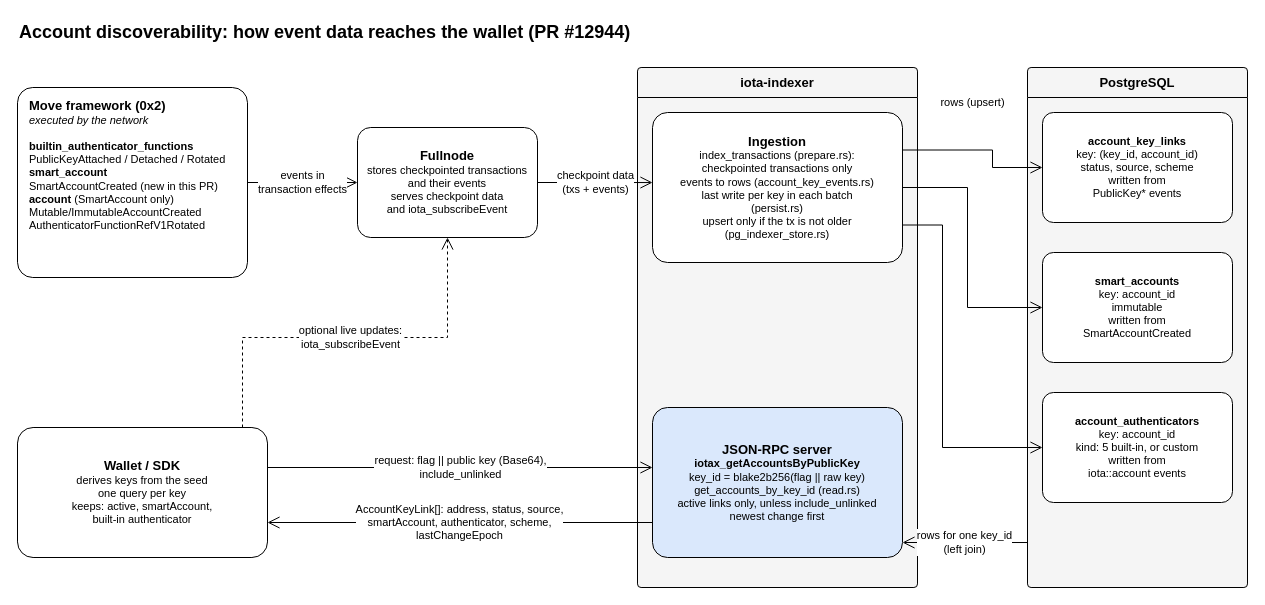
This is account-discoverability-data-flow.drawio from iotaledger/iota, a draw.io file, before an edit. Source tidied: cells renumbered, new cells numbered last; positions are measured from the earlier drawing's top-left corner, leaving out a move shared by most shapes. Both pictures are drawn from the tidied source at 100%, with x=0, y=0 at pixel (17, 17).
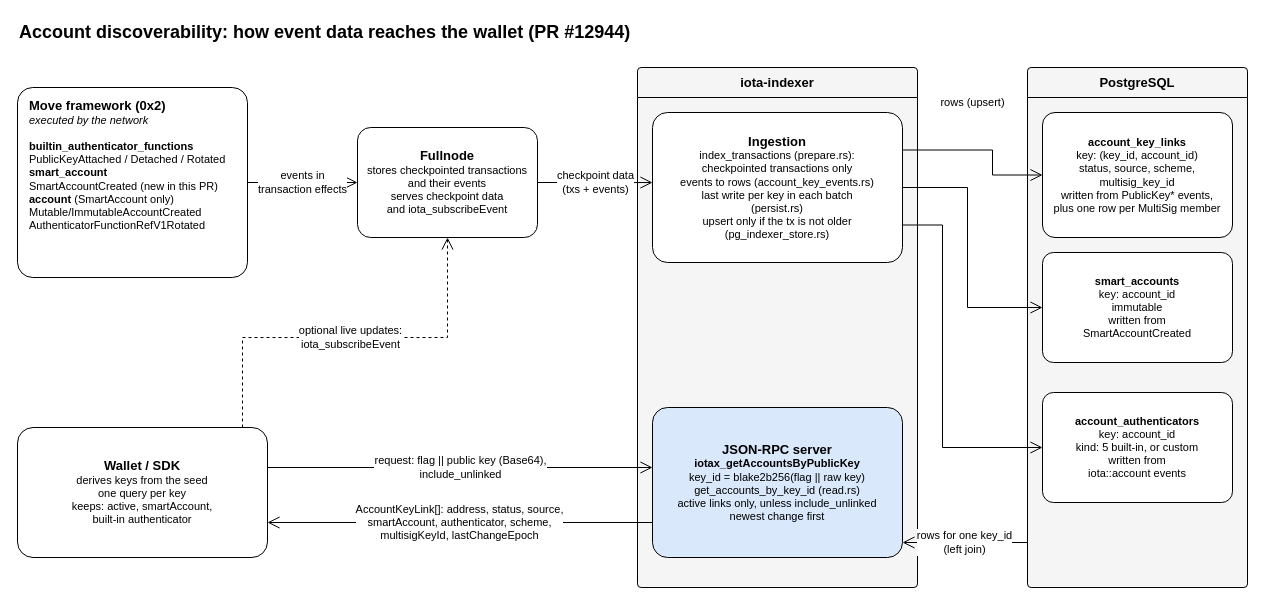
The same diagram, later.

The change refers to these unchanged cells:
```xml
<mxCell id="6" value="&lt;font style=&quot;font-size:13px&quot;&gt;&lt;b&gt;Ingestion&lt;/b&gt;&lt;/font&gt;&lt;br&gt;index_transactions (prepare.rs):&lt;br&gt;checkpointed transactions only&lt;br&gt;events to rows (account_key_events.rs)&lt;br&gt;last write per key in each batch&lt;br&gt;(persist.rs)&lt;br&gt;upsert only if the tx is not older&lt;br&gt;(pg_indexer_store.rs)" style="rounded=1;whiteSpace=wrap;html=1;fillColor=#FFFFFF;strokeColor=#000000;arcSize=10;fontSize=11;" parent="5" vertex="1">
  <mxGeometry x="15" y="45" width="250" height="150" as="geometry" />
</mxCell>
<mxCell id="7" value="&lt;font style=&quot;font-size:13px&quot;&gt;&lt;b&gt;JSON-RPC server&lt;/b&gt;&lt;/font&gt;&lt;br&gt;&lt;b&gt;iotax_getAccountsByPublicKey&lt;/b&gt;&lt;br&gt;key_id = blake2b256(flag || raw key)&lt;br&gt;get_accounts_by_key_id (read.rs)&lt;br&gt;active links only, unless include_unlinked&lt;br&gt;newest change first" style="rounded=1;whiteSpace=wrap;html=1;fillColor=#DAE8FC;strokeColor=#000000;arcSize=10;fontSize=11;" parent="5" vertex="1">
  <mxGeometry x="15" y="340" width="250" height="150" as="geometry" />
</mxCell>
<mxCell id="8" value="PostgreSQL" style="swimlane;startSize=30;html=1;whiteSpace=wrap;rounded=1;arcSize=4;fillColor=#F5F5F5;swimlaneFillColor=#F5F5F5;strokeColor=#000000;fontStyle=1;fontSize=13;" parent="1" vertex="1">
  <mxGeometry x="1010" y="50" width="220" height="520" as="geometry" />
</mxCell>
<mxCell id="12" value="&lt;font style=&quot;font-size:13px&quot;&gt;&lt;b&gt;Wallet / SDK&lt;/b&gt;&lt;/font&gt;&lt;br&gt;derives keys from the seed&lt;br&gt;one query per key&lt;br&gt;keeps: active, smartAccount,&lt;br&gt;built-in authenticator" style="rounded=1;whiteSpace=wrap;html=1;fillColor=#FFFFFF;strokeColor=#000000;arcSize=12;fontSize=11;" parent="1" vertex="1">
  <mxGeometry y="410" width="250" height="130" as="geometry" />
</mxCell>
```

Diff of the diagram source:
```diff
@@
-    <mxCell id="9" value="&lt;b&gt;account_key_links&lt;/b&gt;&lt;br&gt;key: (key_id, account_id)&lt;br&gt;status, source, scheme&lt;br&gt;written from&lt;br&gt;PublicKey* events" style="rounded=1;whiteSpace=wrap;html=1;fillColor=#FFFFFF;strokeColor=#000000;arcSize=10;fontSize=11;" parent="8" vertex="1">
-      <mxGeometry x="15" y="45" width="190" height="110" as="geometry" />
+    <mxCell id="9" value="&lt;b&gt;account_key_links&lt;/b&gt;&lt;br&gt;key: (key_id, account_id)&lt;br&gt;status, source, scheme,&lt;br&gt;multisig_key_id&lt;br&gt;written from PublicKey* events,&lt;br&gt;plus one row per MultiSig member" style="rounded=1;whiteSpace=wrap;html=1;fillColor=#FFFFFF;strokeColor=#000000;arcSize=10;fontSize=11;" parent="8" vertex="1">
+      <mxGeometry x="15" y="45" width="190" height="125" as="geometry" />
     </mxCell>
@@
     <mxCell id="16" style="edgeStyle=orthogonalEdgeStyle;rounded=0;html=1;endArrow=open;endSize=10;labelBackgroundColor=#FFFFFF;fontSize=11;exitX=1;exitY=0.25;entryX=0;entryY=0.5;" parent="1" edge="1" source="6" target="9">
       <mxGeometry relative="1" as="geometry">
         <Array as="points">
           <mxPoint x="975" y="132" />
-          <mxPoint x="975" y="150" />
+          <mxPoint x="975" y="157.5" />
         </Array>
       </mxGeometry>
     </mxCell>
@@
-    <mxCell id="21" value="AccountKeyLink[]: address, status, source,&lt;br&gt;smartAccount, authenticator, scheme,&lt;br&gt;lastChangeEpoch" style="edgeStyle=orthogonalEdgeStyle;rounded=0;html=1;endArrow=open;endSize=10;labelBackgroundColor=#FFFFFF;fontSize=11;exitX=0;exitY=0.7667;entryX=1;entryY=0.7308;" parent="1" edge="1" source="7" target="12">
+    <mxCell id="21" value="AccountKeyLink[]: address, status, source,&lt;br&gt;smartAccount, authenticator, scheme,&lt;br&gt;multisigKeyId, lastChangeEpoch" style="edgeStyle=orthogonalEdgeStyle;rounded=0;html=1;endArrow=open;endSize=10;labelBackgroundColor=#FFFFFF;fontSize=11;exitX=0;exitY=0.7667;entryX=1;entryY=0.7308;" parent="1" edge="1" source="7" target="12">
       <mxGeometry relative="1" as="geometry" />
     </mxCell>
```
